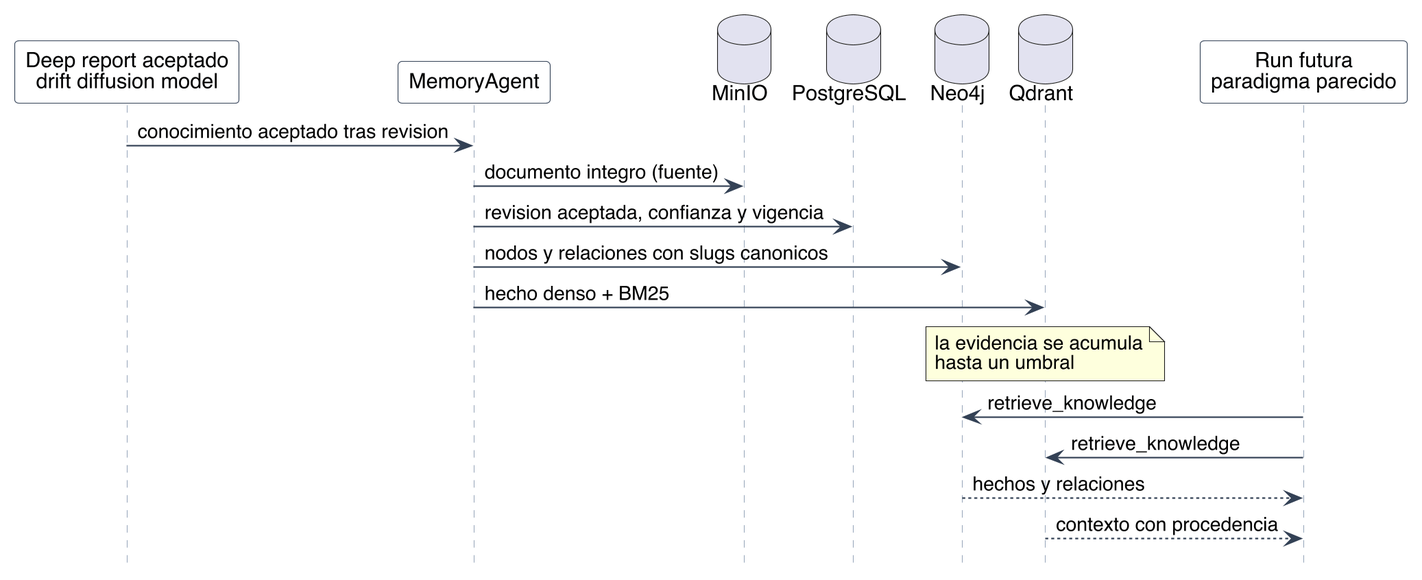
The PlantUML diagram phase1-pablo/docs/tfg-memoria-latex/figuras/phase1-memoria-ejemplo.png in srfreire/labTFG, before a commit.
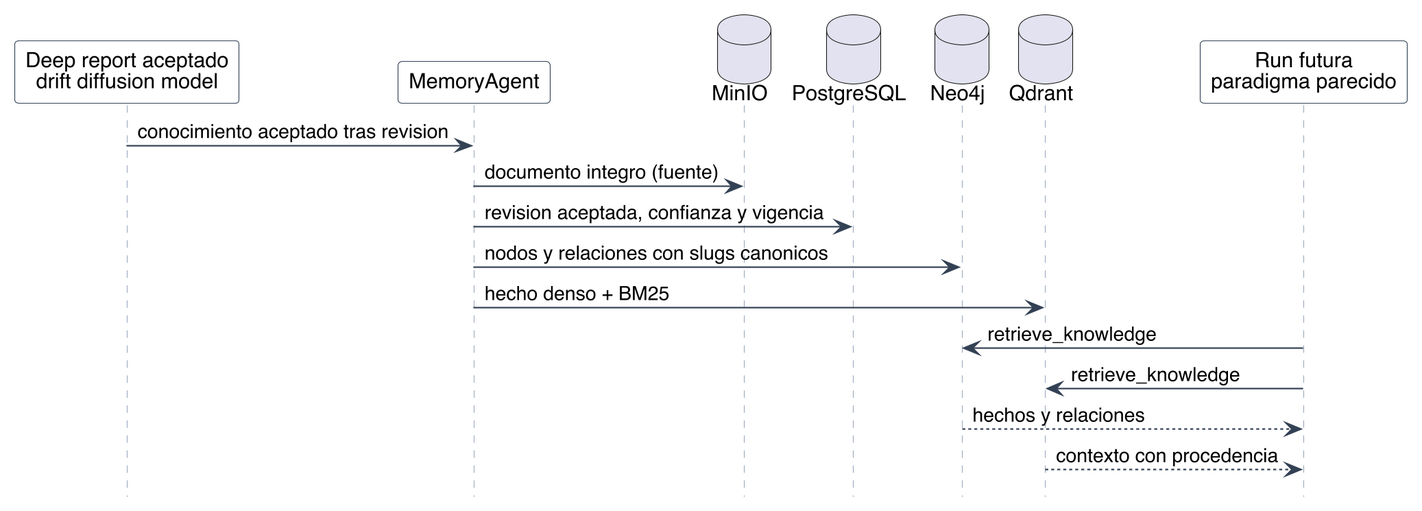
After the change.

Commit message:
fix[presentacion]: quitar nota de umbral de evidencia en el diagrama de memoria

Claude-Session: https://claude.ai/code/session_01DzLmPXrYW4jat75MCffRKS

Change to the diagram source:
```diff
@@ -29,7 +29,6 @@
 Memory -> PG : revision aceptada, confianza y vigencia
 Memory -> Neo : nodos y relaciones con slugs canonicos
 Memory -> Qd : hecho denso + BM25
-note over Qd : la evidencia se acumula\nhasta un umbral
 
 Run -> Neo : retrieve_knowledge
 Run -> Qd : retrieve_knowledge
```
